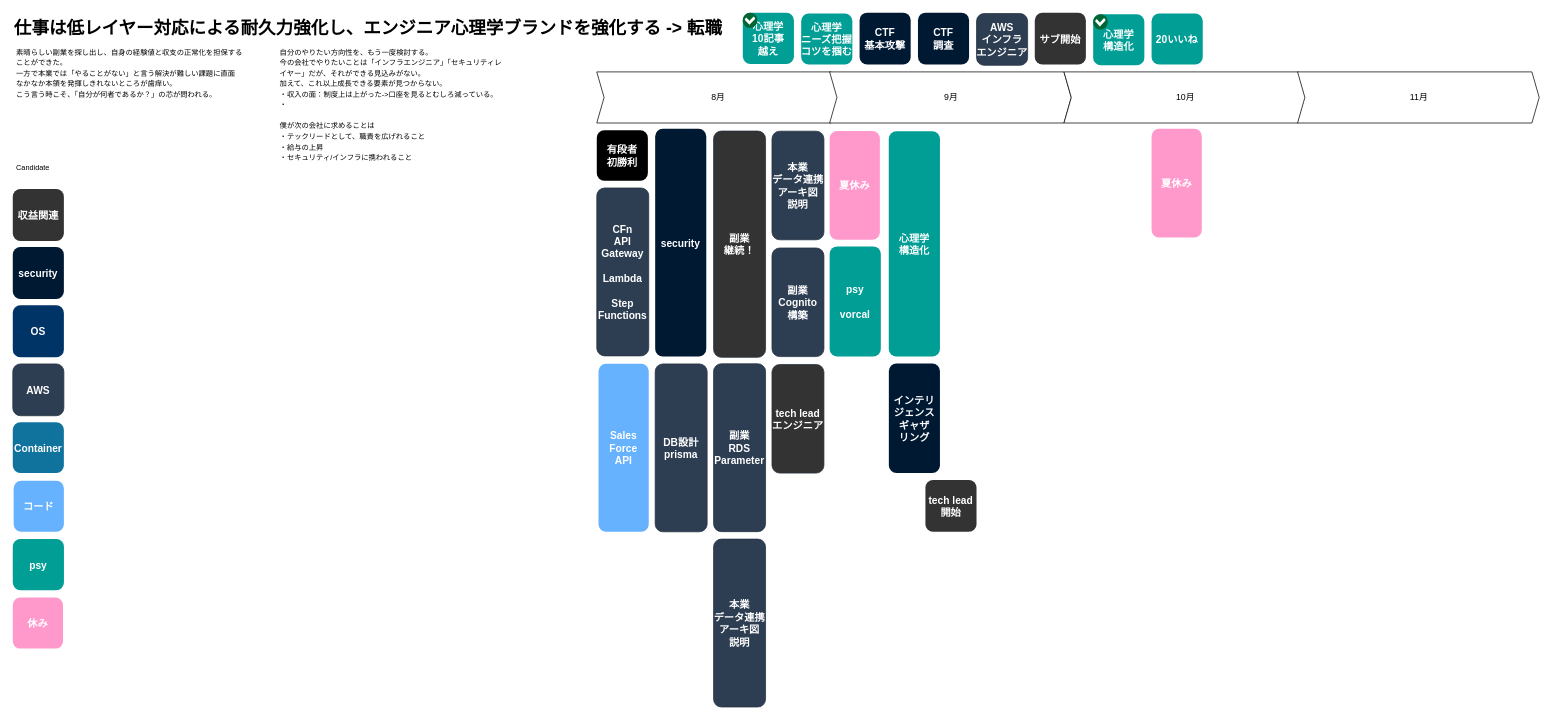
minegishirei/draw_v1 keeps this draw.io diagram as page "2024_08" (3 of 12) of life/life.drawio. Above is the earlier version. Source tidied: cells renumbered, new cells numbered last; positions are measured from the earlier drawing's top-left corner, leaving out a move shared by most shapes. Both pictures are drawn from the tidied source at 73%, with x=0, y=0 at pixel (12, 12).
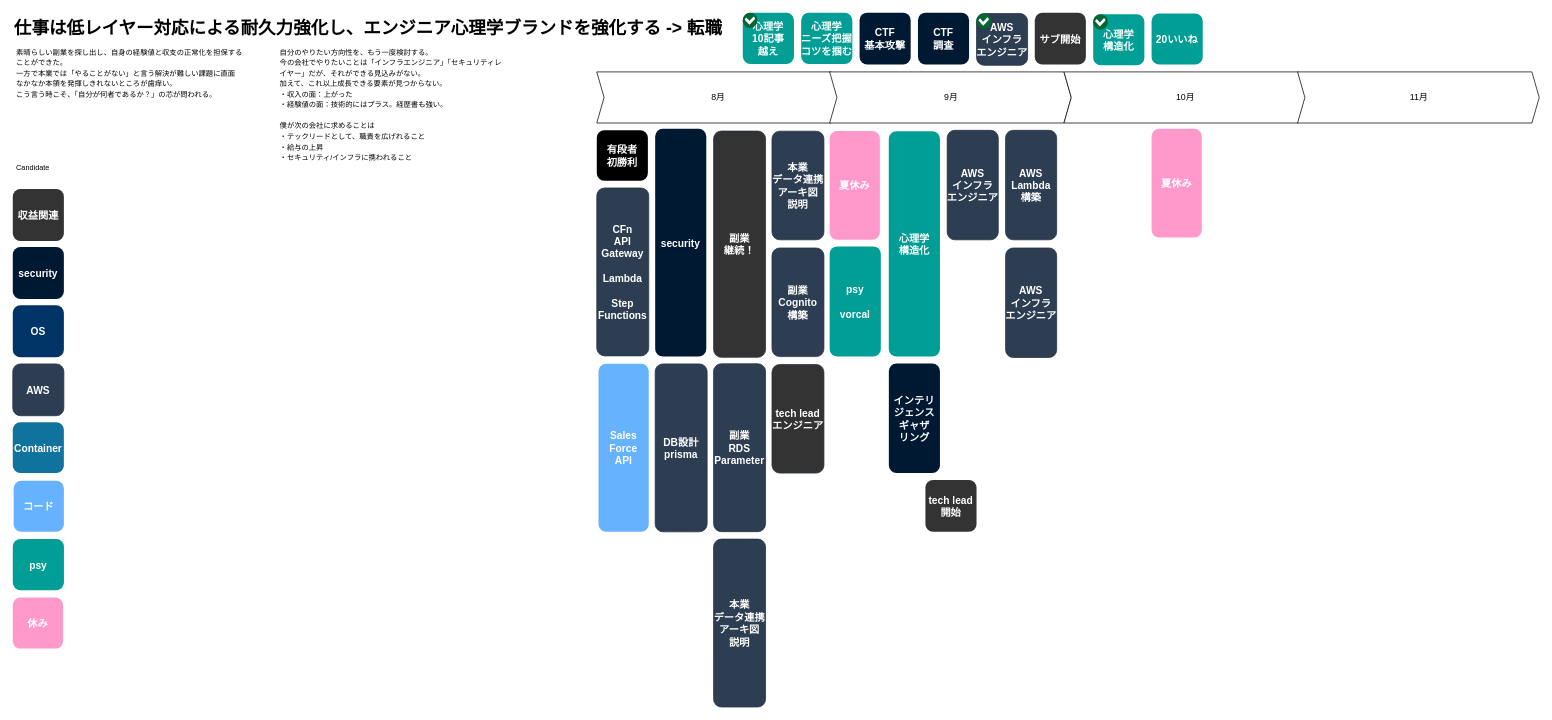
After the change.

What changed in the source:
```diff
@@
-    <mxCell id="31" value="&lt;h1&gt;&lt;/h1&gt;&lt;span style=&quot;background-color: initial;&quot;&gt;&lt;div style=&quot;&quot;&gt;&lt;font size=&quot;1&quot;&gt;自分のやりたい方向性を、もう一度検討する。&lt;/font&gt;&lt;/div&gt;&lt;div style=&quot;&quot;&gt;&lt;font size=&quot;1&quot;&gt;今の会社でやりたいことは「インフラエンジニア」「セキュリティレイヤー」だが、それができる見込みがない。&lt;br&gt;加えて、これ以上成長できる要素が見つからない。&lt;br&gt;・収入の面：制度上は上がった-&amp;gt;口座を見るとむしろ減っている。&lt;br&gt;・&lt;/font&gt;&lt;/div&gt;&lt;div style=&quot;&quot;&gt;&lt;font size=&quot;1&quot;&gt;&lt;br&gt;&lt;/font&gt;&lt;/div&gt;&lt;div style=&quot;&quot;&gt;&lt;span style=&quot;font-size: x-small; background-color: initial;&quot;&gt;僕が次の会社に求めることは&lt;/span&gt;&lt;/div&gt;&lt;div style=&quot;&quot;&gt;&lt;span style=&quot;font-size: x-small; background-color: initial;&quot;&gt;・テックリードとして、職責を広げれること&lt;/span&gt;&lt;/div&gt;&lt;div style=&quot;&quot;&gt;&lt;span style=&quot;font-size: x-small; background-color: initial;&quot;&gt;・給与の上昇&lt;/span&gt;&lt;/div&gt;&lt;div style=&quot;&quot;&gt;&lt;span style=&quot;font-size: x-small; background-color: initial;&quot;&gt;・セキュリティ/インフラに携われること&lt;/span&gt;&lt;/div&gt;&lt;div style=&quot;&quot;&gt;&lt;br&gt;&lt;/div&gt;&lt;/span&gt;" style="text;html=1;strokeColor=none;fillColor=none;spacing=5;spacingTop=-20;whiteSpace=wrap;overflow=hidden;rounded=0;shadow=0;" parent="1" vertex="1">
+    <mxCell id="31" value="&lt;h1&gt;&lt;/h1&gt;&lt;span style=&quot;background-color: initial;&quot;&gt;&lt;div style=&quot;&quot;&gt;&lt;font size=&quot;1&quot;&gt;自分のやりたい方向性を、もう一度検討する。&lt;/font&gt;&lt;/div&gt;&lt;div style=&quot;&quot;&gt;&lt;font size=&quot;1&quot;&gt;今の会社でやりたいことは「インフラエンジニア」「セキュリティレイヤー」だが、それができる見込みがない。&lt;br&gt;加えて、これ以上成長できる要素が見つからない。&lt;br&gt;・収入の面：上がった&lt;br&gt;・経験値の面：技術的にはプラス。経歴書も強い。&lt;/font&gt;&lt;/div&gt;&lt;div style=&quot;&quot;&gt;&lt;font size=&quot;1&quot;&gt;&lt;br&gt;&lt;/font&gt;&lt;/div&gt;&lt;div style=&quot;&quot;&gt;&lt;span style=&quot;font-size: x-small; background-color: initial;&quot;&gt;僕が次の会社に求めることは&lt;/span&gt;&lt;/div&gt;&lt;div style=&quot;&quot;&gt;&lt;span style=&quot;font-size: x-small; background-color: initial;&quot;&gt;・テックリードとして、職責を広げれること&lt;/span&gt;&lt;/div&gt;&lt;div style=&quot;&quot;&gt;&lt;span style=&quot;font-size: x-small; background-color: initial;&quot;&gt;・給与の上昇&lt;/span&gt;&lt;/div&gt;&lt;div style=&quot;&quot;&gt;&lt;span style=&quot;font-size: x-small; background-color: initial;&quot;&gt;・セキュリティ/インフラに携われること&lt;/span&gt;&lt;/div&gt;&lt;div style=&quot;&quot;&gt;&lt;br&gt;&lt;/div&gt;&lt;/span&gt;" style="text;html=1;strokeColor=none;fillColor=none;spacing=5;spacingTop=-20;whiteSpace=wrap;overflow=hidden;rounded=0;shadow=0;" parent="1" vertex="1">
       <mxGeometry x="361" y="41" width="320" height="270" as="geometry" />
     </mxCell>
@@
     <mxCell id="34" value="心理学&#10;ニーズ把握&#10;コツを掴む" style="rounded=1;fillColor=#019E95;strokeColor=none;shadow=0;gradientColor=none;fontStyle=1;fontColor=#FFFFFF;fontSize=14;" parent="1" vertex="1">
-      <mxGeometry x="1080" y="1" width="70.1" height="70" as="geometry" />
+      <mxGeometry x="1080" width="70.1" height="70" as="geometry" />
     </mxCell>
@@
+    <mxCell id="45" value="AWS&#10;インフラ&#10;エンジニア" style="rounded=1;fillColor=#2E3E52;strokeColor=#232F3E;shadow=0;gradientColor=none;fontStyle=1;fontColor=#FFFFFF;fontSize=14;" parent="1" vertex="1">
+      <mxGeometry x="1280" y="161" width="70" height="150" as="geometry" />
+    </mxCell>
+    <mxCell id="46" value="AWS&#10;Lambda&#10;構築" style="rounded=1;fillColor=#2E3E52;strokeColor=#232F3E;shadow=0;gradientColor=none;fontStyle=1;fontColor=#FFFFFF;fontSize=14;" parent="1" vertex="1">
+      <mxGeometry x="1360" y="161" width="70" height="150" as="geometry" />
+    </mxCell>
+    <mxCell id="47" value="AWS&#10;インフラ&#10;エンジニア" style="rounded=1;fillColor=#2E3E52;strokeColor=#232F3E;shadow=0;gradientColor=none;fontStyle=1;fontColor=#FFFFFF;fontSize=14;" parent="1" vertex="1">
+      <mxGeometry x="1360" y="322.2" width="70" height="150" as="geometry" />
+    </mxCell>
+    <mxCell id="48" style="shadow=0;dashed=0;html=1;strokeColor=none;fillColor=#006633;labelPosition=center;verticalLabelPosition=bottom;verticalAlign=top;align=center;shape=mxgraph.veeam.checked;" parent="1" vertex="1">
+      <mxGeometry x="1320.2" y="1" width="20" height="21" as="geometry" />
+    </mxCell>
```
